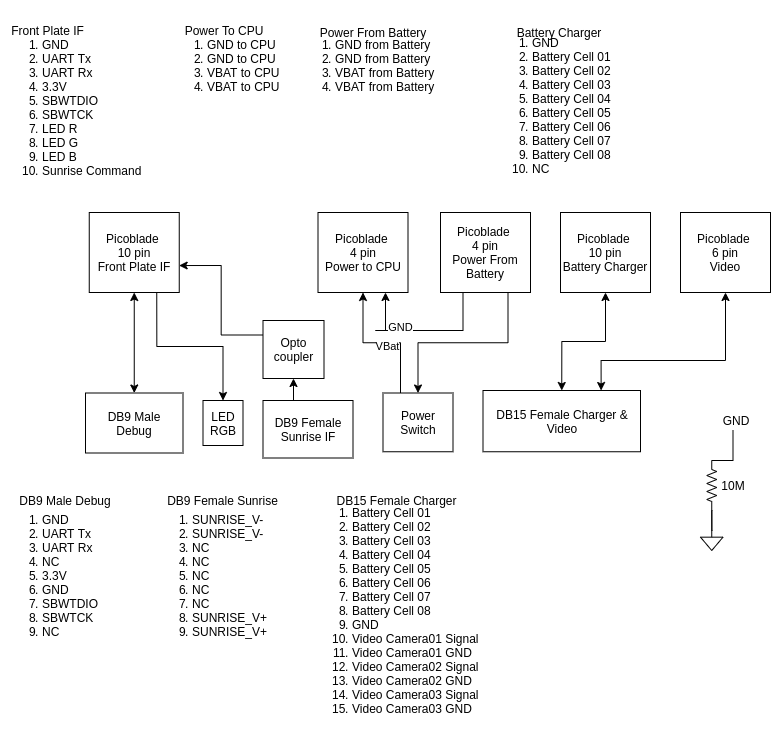
Above: IRIS2/01-Design/schematics/IRIS2_FrontPlate.png in bultza/IRIS2-hardware (draw.io), before the change. Source tidied: cells renumbered, new cells last; positions are measured from the earlier drawing's top-left corner, leaving out a move shared by most shapes.
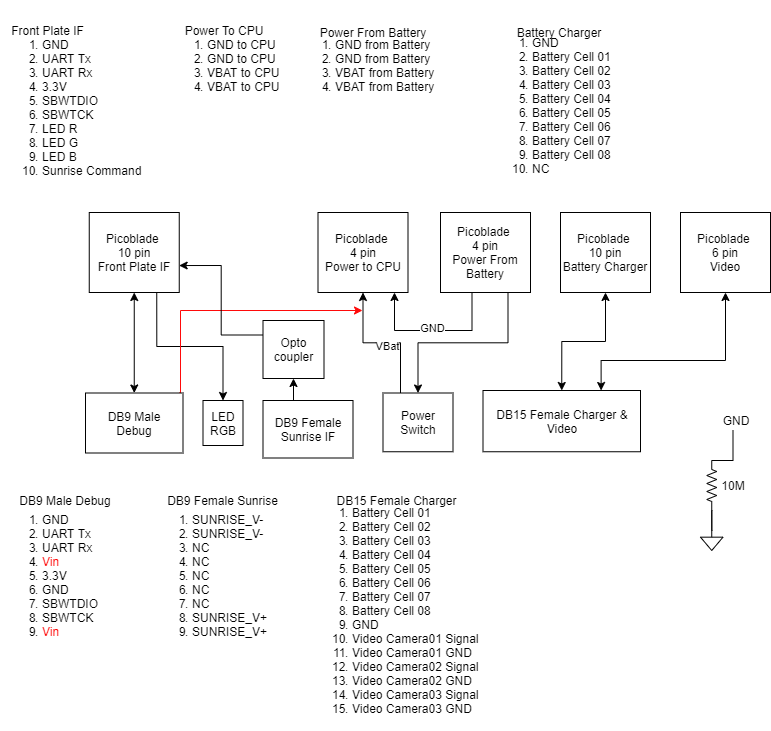
After the change.

The edit, as a diff of the source:
```diff
@@ -52,6 +52,15 @@
     <mxCell id="17" value="10M" style="text;html=1;strokeColor=none;fillColor=none;align=center;verticalAlign=middle;whiteSpace=wrap;rounded=0;" parent="1" vertex="1">
       <mxGeometry x="712.5" y="475" width="40" height="20" as="geometry" />
     </mxCell>
+    <mxCell id="45" style="edgeStyle=orthogonalEdgeStyle;rounded=0;jettySize=auto;html=1;exitX=0.962;exitY=-0.001;exitDx=0;exitDy=0;exitPerimeter=0;fillColor=#f8cecc;strokeColor=#FF0A0A;" parent="1" edge="1" source="18">
+      <mxGeometry relative="1" as="geometry">
+        <mxPoint x="362" y="310" as="targetPoint" />
+        <Array as="points">
+          <mxPoint x="180" y="392" />
+          <mxPoint x="180" y="310" />
+        </Array>
+      </mxGeometry>
+    </mxCell>
     <mxCell id="18" value="DB9 Male&lt;br&gt;Debug" style="rounded=0;whiteSpace=wrap;html=1;" parent="1" vertex="1">
       <mxGeometry x="85" y="392.5" width="97.5" height="60" as="geometry" />
     </mxCell>
@@ -61,7 +70,7 @@
     <mxCell id="20" value="Front Plate IF" style="text;html=1;strokeColor=none;fillColor=none;align=center;verticalAlign=middle;whiteSpace=wrap;rounded=0;" parent="1" vertex="1">
       <mxGeometry x="10" y="20" width="75" height="20" as="geometry" />
     </mxCell>
-    <mxCell id="21" value="&lt;ol&gt;&lt;li&gt;GND&lt;/li&gt;&lt;li&gt;UART Tx&lt;/li&gt;&lt;li&gt;UART Rx&lt;/li&gt;&lt;li&gt;NC&lt;/li&gt;&lt;li&gt;3.3V&lt;/li&gt;&lt;li&gt;GND&lt;/li&gt;&lt;li&gt;SBWTDIO&lt;/li&gt;&lt;li&gt;SBWTCK&lt;/li&gt;&lt;li&gt;NC&lt;/li&gt;&lt;/ol&gt;" style="text;html=1;strokeColor=none;fillColor=none;align=left;verticalAlign=middle;whiteSpace=wrap;rounded=0;" parent="1" vertex="1">
+    <mxCell id="21" value="&lt;ol&gt;&lt;li&gt;GND&lt;/li&gt;&lt;li&gt;UART Tx&lt;/li&gt;&lt;li&gt;UART Rx&lt;/li&gt;&lt;li&gt;&lt;font color=&quot;#ff0a0a&quot;&gt;Vin&lt;/font&gt;&lt;/li&gt;&lt;li&gt;3.3V&lt;/li&gt;&lt;li&gt;GND&lt;/li&gt;&lt;li&gt;SBWTDIO&lt;/li&gt;&lt;li&gt;SBWTCK&lt;/li&gt;&lt;li&gt;&lt;font color=&quot;#ff0a0a&quot;&gt;Vin&lt;/font&gt;&lt;/li&gt;&lt;/ol&gt;" style="text;html=1;strokeColor=none;fillColor=none;align=left;verticalAlign=middle;whiteSpace=wrap;rounded=0;" parent="1" vertex="1">
       <mxGeometry y="510" width="130" height="130" as="geometry" />
     </mxCell>
     <mxCell id="22" value="DB9 Male Debug" style="text;html=1;strokeColor=none;fillColor=none;align=center;verticalAlign=middle;whiteSpace=wrap;rounded=0;" parent="1" vertex="1">
@@ -85,16 +94,20 @@
     <mxCell id="28" style="edgeStyle=orthogonalEdgeStyle;rounded=0;jettySize=auto;html=1;exitX=0.75;exitY=1;exitDx=0;exitDy=0;" parent="1" edge="1" source="31" target="9">
       <mxGeometry relative="1" as="geometry" />
     </mxCell>
-    <mxCell id="29" style="edgeStyle=orthogonalEdgeStyle;rounded=0;jettySize=auto;html=1;exitX=0.25;exitY=1;exitDx=0;exitDy=0;entryX=0.75;entryY=1;entryDx=0;entryDy=0;" parent="1" edge="1" source="31" target="25">
+    <mxCell id="29" style="edgeStyle=orthogonalEdgeStyle;rounded=0;orthogonalLoop=1;jettySize=auto;html=1;exitX=0.25;exitY=1;exitDx=0;exitDy=0;entryX=0.75;entryY=1;entryDx=0;entryDy=0;" parent="1" edge="1">
       <mxGeometry relative="1" as="geometry">
+        <mxPoint x="471.5" y="292" as="sourcePoint" />
+        <mxPoint x="394" y="292" as="targetPoint" />
         <Array as="points">
-          <mxPoint x="375" y="330" />
-          <mxPoint x="298" y="330" />
+          <mxPoint x="472" y="330" />
+          <mxPoint x="394" y="330" />
         </Array>
       </mxGeometry>
     </mxCell>
     <mxCell id="30" value="GND" style="edgeLabel;html=1;align=center;verticalAlign=middle;" parent="29" vertex="1">
-      <mxGeometry x="0.17" y="-3" relative="1" as="geometry" />
+      <mxGeometry x="0.17" y="-3" relative="1" as="geometry">
+        <mxPoint x="11.2" as="offset" />
+      </mxGeometry>
     </mxCell>
     <mxCell id="31" value="Picoblade &lt;br&gt;4 pin&lt;br&gt;Power From Battery" style="rounded=0;whiteSpace=wrap;html=1;" parent="1" vertex="1">
       <mxGeometry x="440" y="212" width="90" height="80" as="geometry" />
```
